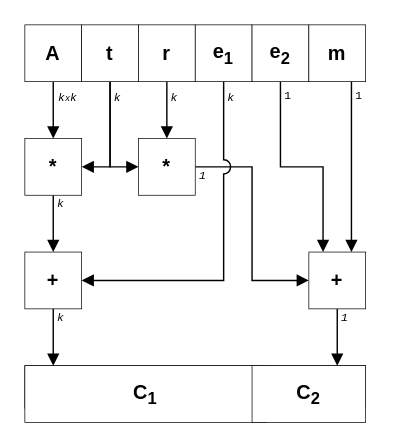
SamoKopecky/diploma-thesis-latex keeps this draw.io diagram as pictures/kyber_enc.drawio. Above is the earlier version. Source tidied: cells renumbered, new cells numbered last; positions are measured from the earlier drawing's top-left corner, leaving out a move shared by most shapes. Both pictures are drawn from the tidied source at 142%, with x=0, y=0 at pixel (24, 24).
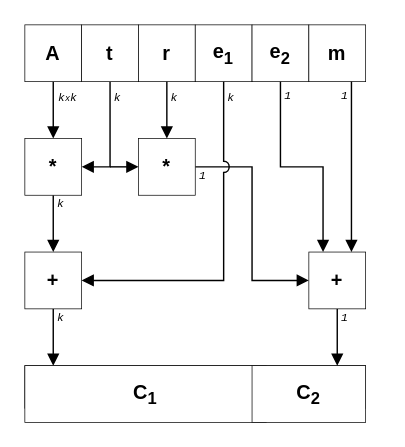
Above is the later version.

Unchanged cells that the change refers to:
```xml
<mxCell id="8" value="&lt;b&gt;+&lt;/b&gt;" style="rounded=0;whiteSpace=wrap;html=1;strokeWidth=0.5;fontFamily=Helvetica;fontSize=14;fillColor=default;" parent="1" vertex="1">
  <mxGeometry y="160" width="40" height="40" as="geometry" />
</mxCell>
<mxCell id="11" value="&lt;b&gt;t&lt;/b&gt;" style="rounded=0;whiteSpace=wrap;html=1;strokeWidth=0.5;fontFamily=Helvetica;fontSize=14;fillColor=default;" parent="9" vertex="1">
  <mxGeometry x="40" width="40" height="40" as="geometry" />
</mxCell>
<mxCell id="13" value="&lt;b&gt;e&lt;sub&gt;1&lt;/sub&gt;&lt;/b&gt;" style="rounded=0;whiteSpace=wrap;html=1;strokeWidth=0.5;fontFamily=Helvetica;fontSize=14;fillColor=default;" parent="9" vertex="1">
  <mxGeometry x="120" width="40" height="40" as="geometry" />
</mxCell>
<mxCell id="17" value="&lt;b&gt;*&lt;/b&gt;" style="rounded=0;whiteSpace=wrap;html=1;strokeWidth=0.5;fontFamily=Helvetica;fontSize=14;fillColor=default;" parent="1" vertex="1">
  <mxGeometry x="80" y="80" width="40" height="40" as="geometry" />
</mxCell>
```

What changed in the source:
```diff
@@
-    <mxCell id="18" style="edgeStyle=orthogonalEdgeStyle;rounded=0;jettySize=auto;html=1;entryX=0;entryY=0.5;entryDx=0;entryDy=0;fontFamily=Helvetica;fontSize=14;endArrow=block;endFill=1;" parent="1" edge="1" source="11" target="17">
-      <mxGeometry relative="1" as="geometry">
-        <Array as="points">
-          <mxPoint x="60" y="100" />
-        </Array>
-      </mxGeometry>
-    </mxCell>
@@
-    <mxCell id="26" style="edgeStyle=orthogonalEdgeStyle;rounded=0;jettySize=auto;html=1;entryX=1;entryY=0.5;entryDx=0;entryDy=0;fontFamily=Helvetica;fontSize=14;endArrow=block;endFill=1;shadow=0;sketch=0;jumpStyle=arc;jumpSize=10;" parent="1" edge="1" source="13" target="8">
+    <mxCell id="26" style="edgeStyle=orthogonalEdgeStyle;rounded=0;jettySize=auto;html=1;entryX=1;entryY=0.5;entryDx=0;entryDy=0;fontFamily=Helvetica;fontSize=14;endArrow=block;endFill=1;shadow=0;sketch=0;jumpStyle=arc;jumpSize=8;" parent="1" edge="1" source="13" target="8">
       <mxGeometry relative="1" as="geometry">
         <Array as="points">
           <mxPoint x="140" y="180" />
         </Array>
       </mxGeometry>
     </mxCell>
@@
-    <mxCell id="30" value="&lt;font style=&quot;font-size: 8px;&quot;&gt;1&lt;/font&gt;" style="text;html=1;align=center;verticalAlign=middle;strokeColor=none;fillColor=none;fontSize=6;fontFamily=Courier New;" parent="1" vertex="1">
+    <mxCell id="30" value="&lt;font style=&quot;font-size: 8px;&quot;&gt;1&lt;/font&gt;" style="text;html=1;align=center;verticalAlign=middle;strokeColor=none;fillColor=none;fontSize=6;fontFamily=Courier New;fontStyle=2;" parent="1" vertex="1">
       <mxGeometry x="170" y="40" width="30" height="20" as="geometry" />
     </mxCell>
@@
-    <mxCell id="32" value="&lt;font style=&quot;font-size: 8px;&quot;&gt;1&lt;/font&gt;" style="text;html=1;align=center;verticalAlign=middle;strokeColor=none;fillColor=none;fontSize=6;fontFamily=Courier New;" parent="1" vertex="1">
-      <mxGeometry x="220" y="40" width="30" height="20" as="geometry" />
+    <mxCell id="32" value="&lt;font style=&quot;font-size: 8px;&quot;&gt;1&lt;/font&gt;" style="text;html=1;align=center;verticalAlign=middle;strokeColor=none;fillColor=none;fontSize=6;fontFamily=Courier New;fontStyle=2;" parent="1" vertex="1">
+      <mxGeometry x="210" y="40" width="30" height="20" as="geometry" />
     </mxCell>
@@
+    <mxCell id="37" style="endArrow=block;html=1;rounded=0;fontSize=6;jumpStyle=arc;jumpSize=10;entryX=0;entryY=0.5;entryDx=0;entryDy=0;endFill=1;" parent="1" edge="1" target="17">
+      <mxGeometry relative="1" as="geometry">
+        <mxPoint x="60" y="100" as="sourcePoint" />
+      </mxGeometry>
+    </mxCell>
```
